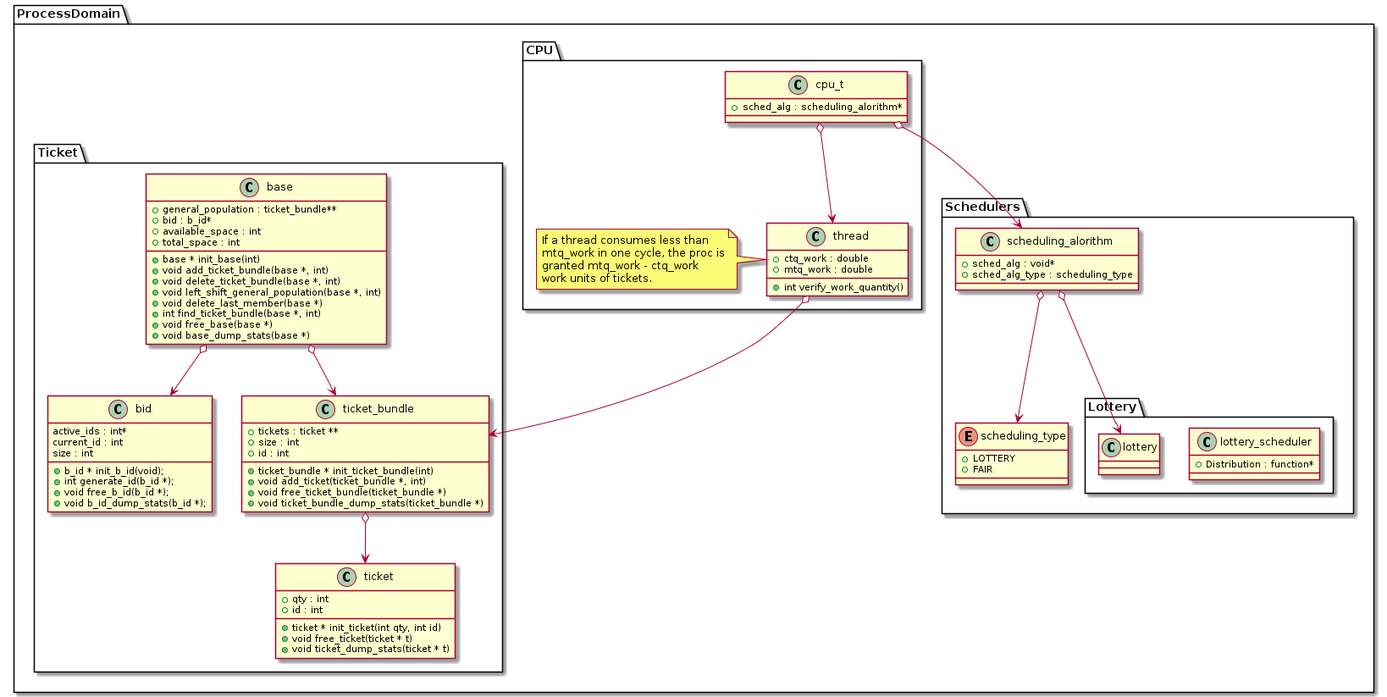
millipedes/Scheduling-Simulator keeps this PlantUML diagram as documentation/uml_figure.png. Above is the earlier version.
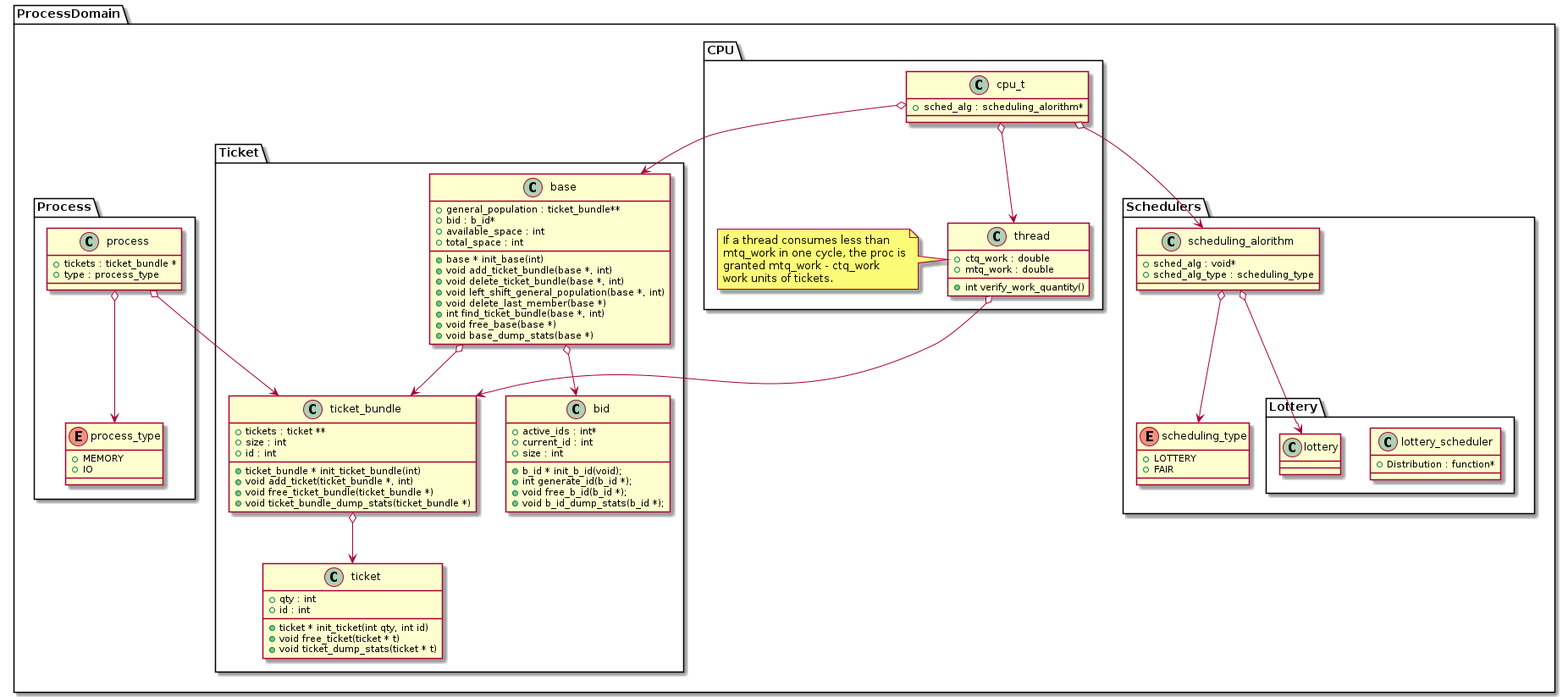
After the commit.

Change to the diagram source:
```diff
@@ -67,21 +67,34 @@
     }
 
     class bid {
-       {field} active_ids : int*
-       {field} current_id : int
-       {field} size : int
+       {field} + active_ids : int*
+       {field} + current_id : int
+       {field} + size : int
       {method} + b_id * init_b_id(void);
       {method} + int generate_id(b_id *);
       {method} + void free_b_id(b_id *);
       {method} + void b_id_dump_stats(b_id *);
     }
   }
+
+  package Process {
+    class process {
+      {field} + tickets : ticket_bundle *
+      {field} + type : process_type
+    }
+
+    enum process_type {
+      {field} + MEMORY
+      {field} + IO
+    }
+  }
 }
 
 cpu_t  o--> thread
 cpu_t  o--> scheduling_alorithm
+cpu_t  o--> base
 
-thread o--> ticket_bundle
+thread        o--> ticket_bundle
 ticket_bundle o--> ticket
 base o--> ticket_bundle
 base o--> bid
@@ -89,5 +102,7 @@
 scheduling_alorithm o--> lottery
 scheduling_alorithm o--> scheduling_type
 
+process o--> process_type
+process o--> ticket_bundle
 
 @enduml
```
